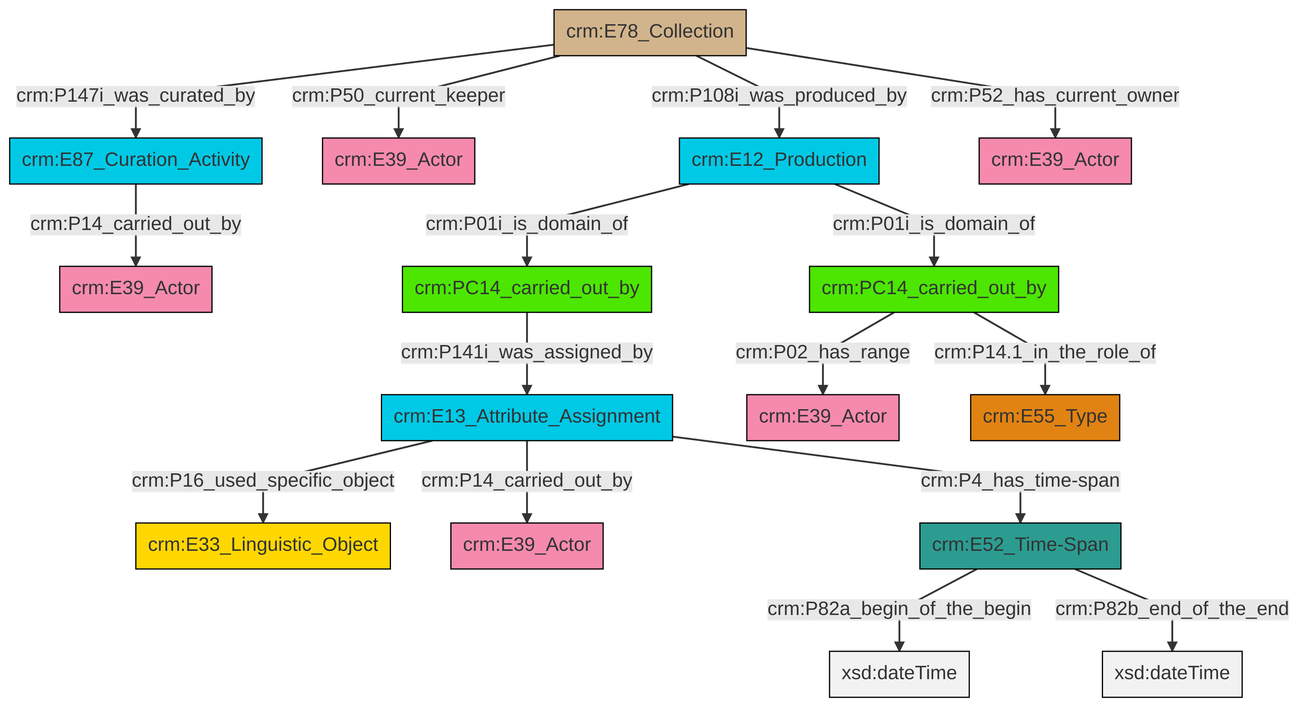
Before: et/archivalCSV/ttl/mmd/png/archival_relation.png, a diagram exported from Mermaid (swiss-art-research-net/docs.swissartresearch). Its source is kept beside it as et/archivalCSV/ttl/mmd/archival_relation.ttl.mmd.
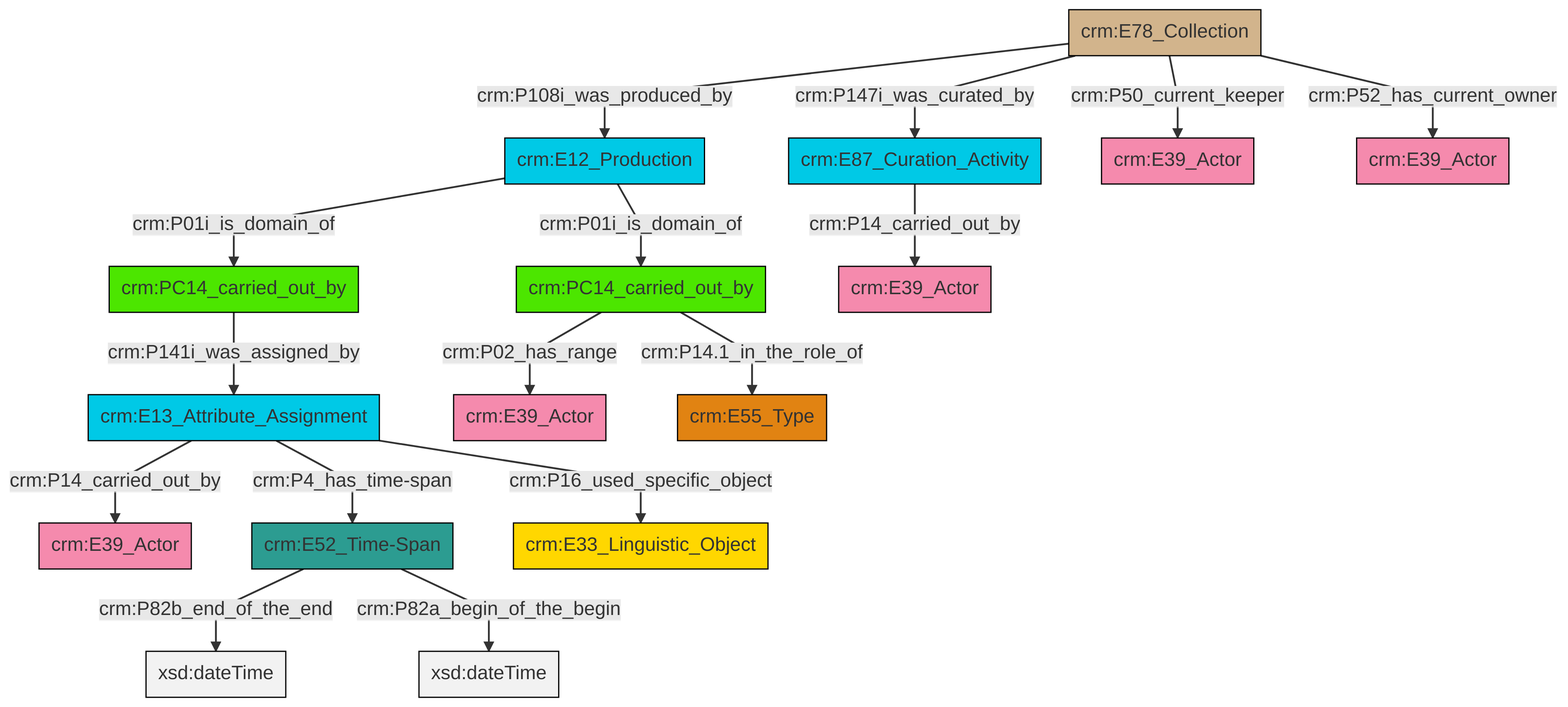
The same diagram one commit later.

The edit, as a diff of the source:
```diff
@@ -13,18 +13,18 @@
 classDef PC_Classes fill:#4ce600, stroke:#000000;
 classDef Multi fill:#cccccc,stroke:#000000;
 
-0["crm:E78_Collection"]:::Physical_Thing -->|crm:P147i_was_curated_by| 1["crm:E87_Curation_Activity"]:::Temporal_Entity
-8["crm:PC14_carried_out_by"]:::PC_Classes -->|crm:P141i_was_assigned_by| 9["crm:E13_Attribute_Assignment"]:::Temporal_Entity
-0["crm:E78_Collection"]:::Physical_Thing -->|crm:P50_current_keeper| 12["crm:E39_Actor"]:::Actor
-9["crm:E13_Attribute_Assignment"]:::Temporal_Entity -->|crm:P16_used_specific_object| 13["crm:E33_Linguistic_Object"]:::Conceptual_Object
-1["crm:E87_Curation_Activity"]:::Temporal_Entity -->|crm:P14_carried_out_by| 6["crm:E39_Actor"]:::Actor
-14["crm:E12_Production"]:::Temporal_Entity -->|crm:P01i_is_domain_of| 8["crm:PC14_carried_out_by"]:::PC_Classes
-0["crm:E78_Collection"]:::Physical_Thing -->|crm:P108i_was_produced_by| 14["crm:E12_Production"]:::Temporal_Entity
-19["crm:PC14_carried_out_by"]:::PC_Classes -->|crm:P02_has_range| 4["crm:E39_Actor"]:::Actor
-2["crm:E52_Time-Span"]:::Time-Span -->|crm:P82a_begin_of_the_begin| 20[xsd:dateTime]:::Literal
-2["crm:E52_Time-Span"]:::Time-Span -->|crm:P82b_end_of_the_end| 24[xsd:dateTime]:::Literal
-9["crm:E13_Attribute_Assignment"]:::Temporal_Entity -->|crm:P14_carried_out_by| 25["crm:E39_Actor"]:::Actor
-9["crm:E13_Attribute_Assignment"]:::Temporal_Entity -->|crm:P4_has_time-span| 2["crm:E52_Time-Span"]:::Time-Span
-0["crm:E78_Collection"]:::Physical_Thing -->|crm:P52_has_current_owner| 22["crm:E39_Actor"]:::Actor
-19["crm:PC14_carried_out_by"]:::PC_Classes -->|crm:P14.1_in_the_role_of| 26["crm:E55_Type"]:::Type
-14["crm:E12_Production"]:::Temporal_Entity -->|crm:P01i_is_domain_of| 19["crm:PC14_carried_out_by"]:::PC_Classes
+2["crm:E78_Collection"]:::Physical_Thing -->|crm:P147i_was_curated_by| 3["crm:E87_Curation_Activity"]:::Temporal_Entity
+4["crm:PC14_carried_out_by"]:::PC_Classes -->|crm:P141i_was_assigned_by| 5["crm:E13_Attribute_Assignment"]:::Temporal_Entity
+6["crm:E12_Production"]:::Temporal_Entity -->|crm:P01i_is_domain_of| 7["crm:PC14_carried_out_by"]:::PC_Classes
+9["crm:E52_Time-Span"]:::Time-Span -->|crm:P82b_end_of_the_end| 10[xsd:dateTime]:::Literal
+9["crm:E52_Time-Span"]:::Time-Span -->|crm:P82a_begin_of_the_begin| 11[xsd:dateTime]:::Literal
+5["crm:E13_Attribute_Assignment"]:::Temporal_Entity -->|crm:P4_has_time-span| 9["crm:E52_Time-Span"]:::Time-Span
+7["crm:PC14_carried_out_by"]:::PC_Classes -->|crm:P02_has_range| 13["crm:E39_Actor"]:::Actor
+5["crm:E13_Attribute_Assignment"]:::Temporal_Entity -->|crm:P14_carried_out_by| 0["crm:E39_Actor"]:::Actor
+2["crm:E78_Collection"]:::Physical_Thing -->|crm:P50_current_keeper| 16["crm:E39_Actor"]:::Actor
+7["crm:PC14_carried_out_by"]:::PC_Classes -->|crm:P14.1_in_the_role_of| 21["crm:E55_Type"]:::Type
+2["crm:E78_Collection"]:::Physical_Thing -->|crm:P52_has_current_owner| 19["crm:E39_Actor"]:::Actor
+2["crm:E78_Collection"]:::Physical_Thing -->|crm:P108i_was_produced_by| 6["crm:E12_Production"]:::Temporal_Entity
+5["crm:E13_Attribute_Assignment"]:::Temporal_Entity -->|crm:P16_used_specific_object| 24["crm:E33_Linguistic_Object"]:::Conceptual_Object
+6["crm:E12_Production"]:::Temporal_Entity -->|crm:P01i_is_domain_of| 4["crm:PC14_carried_out_by"]:::PC_Classes
+3["crm:E87_Curation_Activity"]:::Temporal_Entity -->|crm:P14_carried_out_by| 26["crm:E39_Actor"]:::Actor
```
